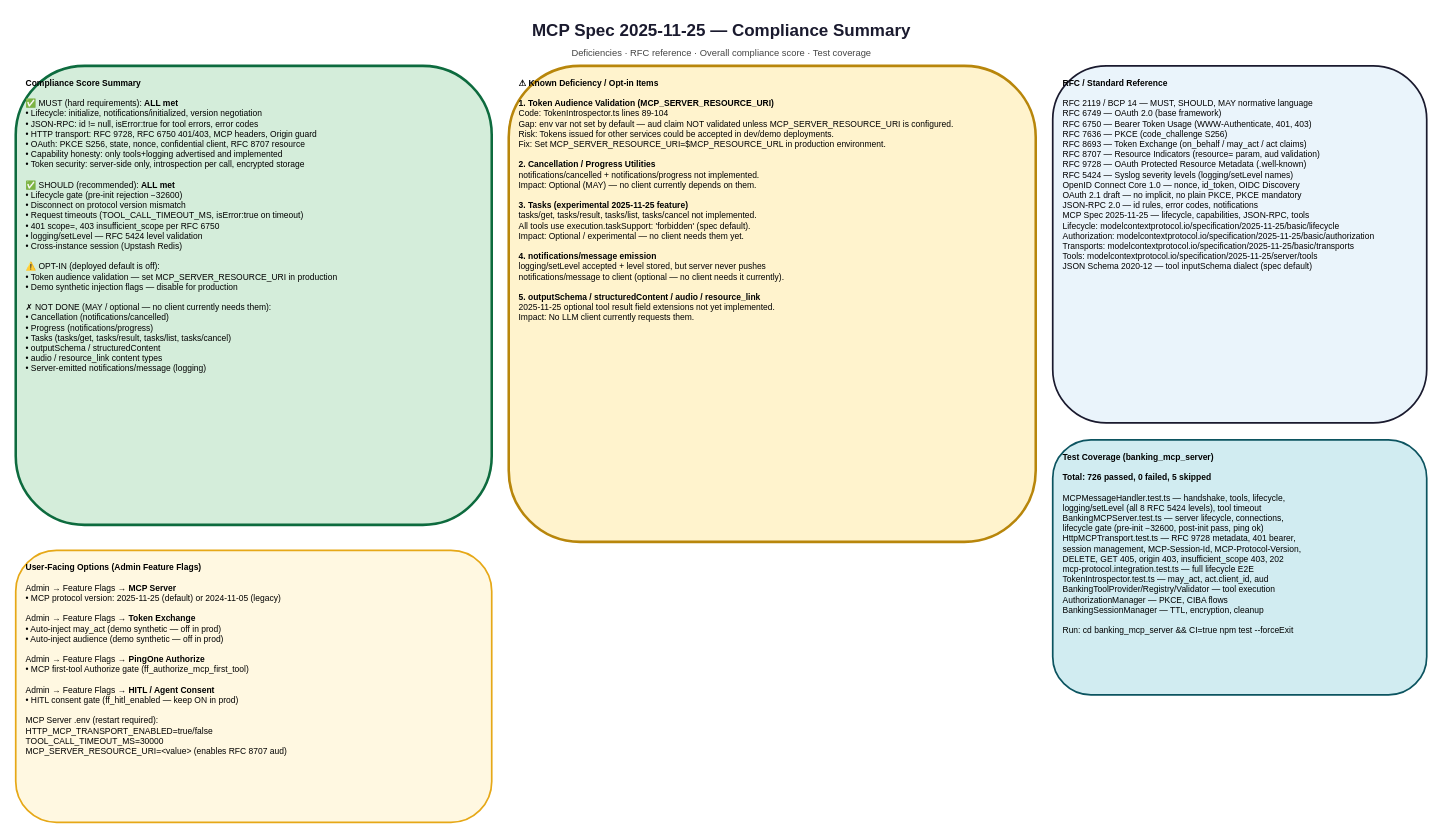
Above: page "Compliance Summary" (5 of 5) of docs/MCP_COMPLIANCE_DIAGRAM_V2.drawio in curtismu7/AI-DEMO2 (draw.io), before the change. Source tidied: cells renumbered, new cells numbered last; positions are measured from the earlier drawing's top-left corner, leaving out a move shared by most shapes. Both pictures are drawn from the tidied source at 85%, with x=0, y=0 at pixel (15, 14).
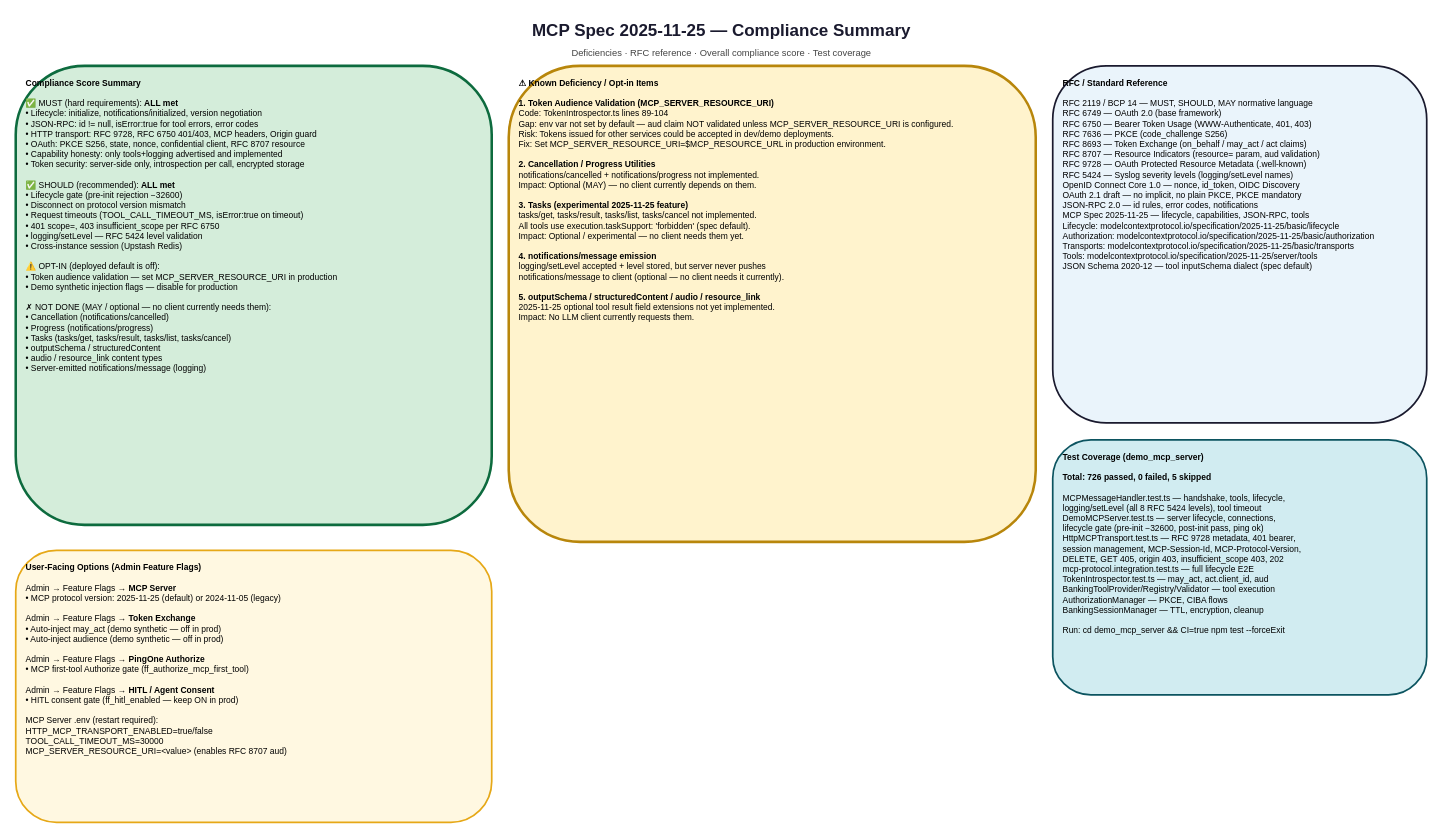
The same page after the edit.

Change to the diagram source:
```diff
@@
 <mxGraphModel>
   <root>
     <mxCell id="0" />
     <mxCell id="1" parent="0" />
     <mxCell id="2" value="MCP Spec 2025-11-25 — Compliance Summary" style="text;html=1;strokeColor=none;fillColor=none;align=center;verticalAlign=middle;fontSize=20;fontStyle=1;fontColor=#1a1a2e;" parent="1" vertex="1">
       <mxGeometry x="80" width="1500" height="34" as="geometry" />
     </mxCell>
     <mxCell id="3" value="Deficiencies · RFC reference · Overall compliance score · Test coverage" style="text;html=1;strokeColor=none;fillColor=none;align=center;verticalAlign=middle;fontSize=11;fontColor=#444444;" parent="1" vertex="1">
       <mxGeometry x="80" y="36" width="1500" height="18" as="geometry" />
     </mxCell>
     <mxCell id="4" value="&lt;b&gt;Compliance Score Summary&lt;/b&gt;&lt;br/&gt;&lt;br/&gt;✅ MUST (hard requirements): &lt;b&gt;ALL met&lt;/b&gt;&lt;br/&gt;  • Lifecycle: initialize, notifications/initialized, version negotiation&lt;br/&gt;  • JSON-RPC: id != null, isError:true for tool errors, error codes&lt;br/&gt;  • HTTP transport: RFC 9728, RFC 6750 401/403, MCP headers, Origin guard&lt;br/&gt;  • OAuth: PKCE S256, state, nonce, confidential client, RFC 8707 resource&lt;br/&gt;  • Capability honesty: only tools+logging advertised and implemented&lt;br/&gt;  • Token security: server-side only, introspection per call, encrypted storage&lt;br/&gt;&lt;br/&gt;✅ SHOULD (recommended): &lt;b&gt;ALL met&lt;/b&gt;&lt;br/&gt;  • Lifecycle gate (pre-init rejection −32600)&lt;br/&gt;  • Disconnect on protocol version mismatch&lt;br/&gt;  • Request timeouts (TOOL_CALL_TIMEOUT_MS, isError:true on timeout)&lt;br/&gt;  • 401 scope=, 403 insufficient_scope per RFC 6750&lt;br/&gt;  • logging/setLevel — RFC 5424 level validation&lt;br/&gt;  • Cross-instance session (Upstash Redis)&lt;br/&gt;&lt;br/&gt;⚠️ OPT-IN (deployed default is off):&lt;br/&gt;  • Token audience validation — set MCP_SERVER_RESOURCE_URI in production&lt;br/&gt;  • Demo synthetic injection flags — disable for production&lt;br/&gt;&lt;br/&gt;✗ NOT DONE (MAY / optional — no client currently needs them):&lt;br/&gt;  • Cancellation (notifications/cancelled)&lt;br/&gt;  • Progress (notifications/progress)&lt;br/&gt;  • Tasks (tasks/get, tasks/result, tasks/list, tasks/cancel)&lt;br/&gt;  • outputSchema / structuredContent&lt;br/&gt;  • audio / resource_link content types&lt;br/&gt;  • Server-emitted notifications/message (logging)" style="html=1;rounded=1;fillColor=#d4edda;strokeColor=#0d6b3e;strokeWidth=3;fontSize=10;verticalAlign=top;align=left;spacingLeft=10;spacingTop=8;whiteSpace=wrap;" parent="1" vertex="1">
       <mxGeometry y="60" width="560" height="540" as="geometry" />
     </mxCell>
     <mxCell id="5" value="&lt;b&gt;⚠ Known Deficiency / Opt-in Items&lt;/b&gt;&lt;br/&gt;&lt;br/&gt;&lt;b&gt;1. Token Audience Validation (MCP_SERVER_RESOURCE_URI)&lt;/b&gt;&lt;br/&gt;Code: TokenIntrospector.ts lines 89-104&lt;br/&gt;Gap: env var not set by default — aud claim NOT validated unless MCP_SERVER_RESOURCE_URI is configured.&lt;br/&gt;Risk: Tokens issued for other services could be accepted in dev/demo deployments.&lt;br/&gt;Fix: Set MCP_SERVER_RESOURCE_URI=$MCP_RESOURCE_URL in production environment.&lt;br/&gt;&lt;br/&gt;&lt;b&gt;2. Cancellation / Progress Utilities&lt;/b&gt;&lt;br/&gt;notifications/cancelled + notifications/progress not implemented.&lt;br/&gt;Impact: Optional (MAY) — no client currently depends on them.&lt;br/&gt;&lt;br/&gt;&lt;b&gt;3. Tasks (experimental 2025-11-25 feature)&lt;/b&gt;&lt;br/&gt;tasks/get, tasks/result, tasks/list, tasks/cancel not implemented.&lt;br/&gt;All tools use execution.taskSupport: 'forbidden' (spec default).&lt;br/&gt;Impact: Optional / experimental — no client needs them yet.&lt;br/&gt;&lt;br/&gt;&lt;b&gt;4. notifications/message emission&lt;/b&gt;&lt;br/&gt;logging/setLevel accepted + level stored, but server never pushes&lt;br/&gt;notifications/message to client (optional — no client needs it currently).&lt;br/&gt;&lt;br/&gt;&lt;b&gt;5. outputSchema / structuredContent / audio / resource_link&lt;/b&gt;&lt;br/&gt;2025-11-25 optional tool result field extensions not yet implemented.&lt;br/&gt;Impact: No LLM client currently requests them." style="html=1;rounded=1;fillColor=#fff3cd;strokeColor=#b8860b;strokeWidth=3;fontSize=10;verticalAlign=top;align=left;spacingLeft=10;spacingTop=8;whiteSpace=wrap;" parent="1" vertex="1">
       <mxGeometry x="580" y="60" width="620" height="560" as="geometry" />
     </mxCell>
     <mxCell id="6" value="&lt;b&gt;RFC / Standard Reference&lt;/b&gt;&lt;br/&gt;&lt;br/&gt;RFC 2119 / BCP 14 — MUST, SHOULD, MAY normative language&lt;br/&gt;RFC 6749 — OAuth 2.0 (base framework)&lt;br/&gt;RFC 6750 — Bearer Token Usage (WWW-Authenticate, 401, 403)&lt;br/&gt;RFC 7636 — PKCE (code_challenge S256)&lt;br/&gt;RFC 8693 — Token Exchange (on_behalf / may_act / act claims)&lt;br/&gt;RFC 8707 — Resource Indicators (resource= param, aud validation)&lt;br/&gt;RFC 9728 — OAuth Protected Resource Metadata (.well-known)&lt;br/&gt;RFC 5424 — Syslog severity levels (logging/setLevel names)&lt;br/&gt;OpenID Connect Core 1.0 — nonce, id_token, OIDC Discovery&lt;br/&gt;OAuth 2.1 draft — no implicit, no plain PKCE, PKCE mandatory&lt;br/&gt;JSON-RPC 2.0 — id rules, error codes, notifications&lt;br/&gt;MCP Spec 2025-11-25 — lifecycle, capabilities, JSON-RPC, tools&lt;br/&gt;  Lifecycle: modelcontextprotocol.io/specification/2025-11-25/basic/lifecycle&lt;br/&gt;  Authorization: modelcontextprotocol.io/specification/2025-11-25/basic/authorization&lt;br/&gt;  Transports: modelcontextprotocol.io/specification/2025-11-25/basic/transports&lt;br/&gt;  Tools: modelcontextprotocol.io/specification/2025-11-25/server/tools&lt;br/&gt;JSON Schema 2020-12 — tool inputSchema dialect (spec default)" style="html=1;rounded=1;fillColor=#eaf4fb;strokeColor=#1a1a2e;strokeWidth=2;fontSize=10;verticalAlign=top;align=left;spacingLeft=10;spacingTop=8;whiteSpace=wrap;" parent="1" vertex="1">
       <mxGeometry x="1220" y="60" width="440" height="420" as="geometry" />
     </mxCell>
-    <mxCell id="7" value="&lt;b&gt;Test Coverage (banking_mcp_server)&lt;/b&gt;&lt;br/&gt;&lt;br/&gt;&lt;b&gt;Total: 726 passed, 0 failed, 5 skipped&lt;/b&gt;&lt;br/&gt;&lt;br/&gt;MCPMessageHandler.test.ts — handshake, tools, lifecycle,&lt;br/&gt;  logging/setLevel (all 8 RFC 5424 levels), tool timeout&lt;br/&gt;BankingMCPServer.test.ts — server lifecycle, connections,&lt;br/&gt;  lifecycle gate (pre-init −32600, post-init pass, ping ok)&lt;br/&gt;HttpMCPTransport.test.ts — RFC 9728 metadata, 401 bearer,&lt;br/&gt;  session management, MCP-Session-Id, MCP-Protocol-Version,&lt;br/&gt;  DELETE, GET 405, origin 403, insufficient_scope 403, 202&lt;br/&gt;mcp-protocol.integration.test.ts — full lifecycle E2E&lt;br/&gt;TokenIntrospector.test.ts — may_act, act.client_id, aud&lt;br/&gt;BankingToolProvider/Registry/Validator — tool execution&lt;br/&gt;AuthorizationManager — PKCE, CIBA flows&lt;br/&gt;BankingSessionManager — TTL, encryption, cleanup&lt;br/&gt;&lt;br/&gt;Run: cd banking_mcp_server &amp;amp;&amp;amp; CI=true npm test --forceExit" style="html=1;rounded=1;fillColor=#d1ecf1;strokeColor=#0c5460;strokeWidth=2;fontSize=10;verticalAlign=top;align=left;spacingLeft=10;spacingTop=8;whiteSpace=wrap;" parent="1" vertex="1">
+    <mxCell id="7" value="&lt;b&gt;Test Coverage (demo_mcp_server)&lt;/b&gt;&lt;br/&gt;&lt;br/&gt;&lt;b&gt;Total: 726 passed, 0 failed, 5 skipped&lt;/b&gt;&lt;br/&gt;&lt;br/&gt;MCPMessageHandler.test.ts — handshake, tools, lifecycle,&lt;br/&gt;  logging/setLevel (all 8 RFC 5424 levels), tool timeout&lt;br/&gt;DemoMCPServer.test.ts — server lifecycle, connections,&lt;br/&gt;  lifecycle gate (pre-init −32600, post-init pass, ping ok)&lt;br/&gt;HttpMCPTransport.test.ts — RFC 9728 metadata, 401 bearer,&lt;br/&gt;  session management, MCP-Session-Id, MCP-Protocol-Version,&lt;br/&gt;  DELETE, GET 405, origin 403, insufficient_scope 403, 202&lt;br/&gt;mcp-protocol.integration.test.ts — full lifecycle E2E&lt;br/&gt;TokenIntrospector.test.ts — may_act, act.client_id, aud&lt;br/&gt;BankingToolProvider/Registry/Validator — tool execution&lt;br/&gt;AuthorizationManager — PKCE, CIBA flows&lt;br/&gt;BankingSessionManager — TTL, encryption, cleanup&lt;br/&gt;&lt;br/&gt;Run: cd demo_mcp_server &amp;amp;&amp;amp; CI=true npm test --forceExit" style="html=1;rounded=1;fillColor=#d1ecf1;strokeColor=#0c5460;strokeWidth=2;fontSize=10;verticalAlign=top;align=left;spacingLeft=10;spacingTop=8;whiteSpace=wrap;" parent="1" vertex="1">
       <mxGeometry x="1220" y="500" width="440" height="300" as="geometry" />
     </mxCell>
     <mxCell id="8" value="&lt;b&gt;User-Facing Options (Admin Feature Flags)&lt;/b&gt;&lt;br/&gt;&lt;br/&gt;Admin → Feature Flags → &lt;b&gt;MCP Server&lt;/b&gt;&lt;br/&gt;  • MCP protocol version: 2025-11-25 (default) or 2024-11-05 (legacy)&lt;br/&gt;&lt;br/&gt;Admin → Feature Flags → &lt;b&gt;Token Exchange&lt;/b&gt;&lt;br/&gt;  • Auto-inject may_act (demo synthetic — off in prod)&lt;br/&gt;  • Auto-inject audience (demo synthetic — off in prod)&lt;br/&gt;&lt;br/&gt;Admin → Feature Flags → &lt;b&gt;PingOne Authorize&lt;/b&gt;&lt;br/&gt;  • MCP first-tool Authorize gate (ff_authorize_mcp_first_tool)&lt;br/&gt;&lt;br/&gt;Admin → Feature Flags → &lt;b&gt;HITL / Agent Consent&lt;/b&gt;&lt;br/&gt;  • HITL consent gate (ff_hitl_enabled — keep ON in prod)&lt;br/&gt;&lt;br/&gt;MCP Server .env (restart required):&lt;br/&gt;  HTTP_MCP_TRANSPORT_ENABLED=true/false&lt;br/&gt;  TOOL_CALL_TIMEOUT_MS=30000&lt;br/&gt;  MCP_SERVER_RESOURCE_URI=&amp;lt;value&amp;gt; (enables RFC 8707 aud)" style="html=1;rounded=1;fillColor=#fff8e1;strokeColor=#e6a817;strokeWidth=2;fontSize=10;verticalAlign=top;align=left;spacingLeft=10;spacingTop=8;whiteSpace=wrap;" parent="1" vertex="1">
       <mxGeometry y="630" width="560" height="320" as="geometry" />
     </mxCell>
   </root>
 </mxGraphModel>
```
